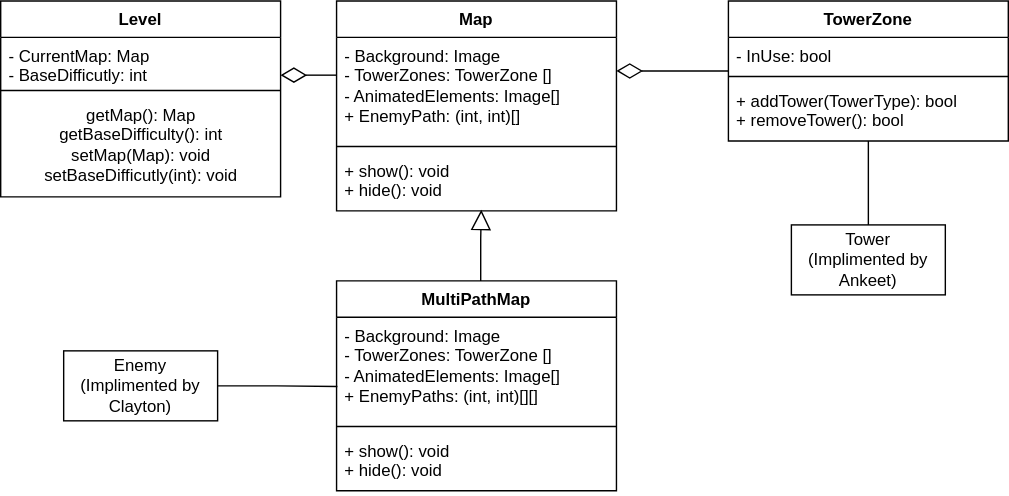
flightcontrol40/CS-383-Project keeps this draw.io diagram as Docs/Austin/ClassDiagram.drawio.svg. Above is the earlier version. Source tidied: cells renumbered, new cells last; positions are measured from the earlier drawing's top-left corner, leaving out a move shared by most shapes.
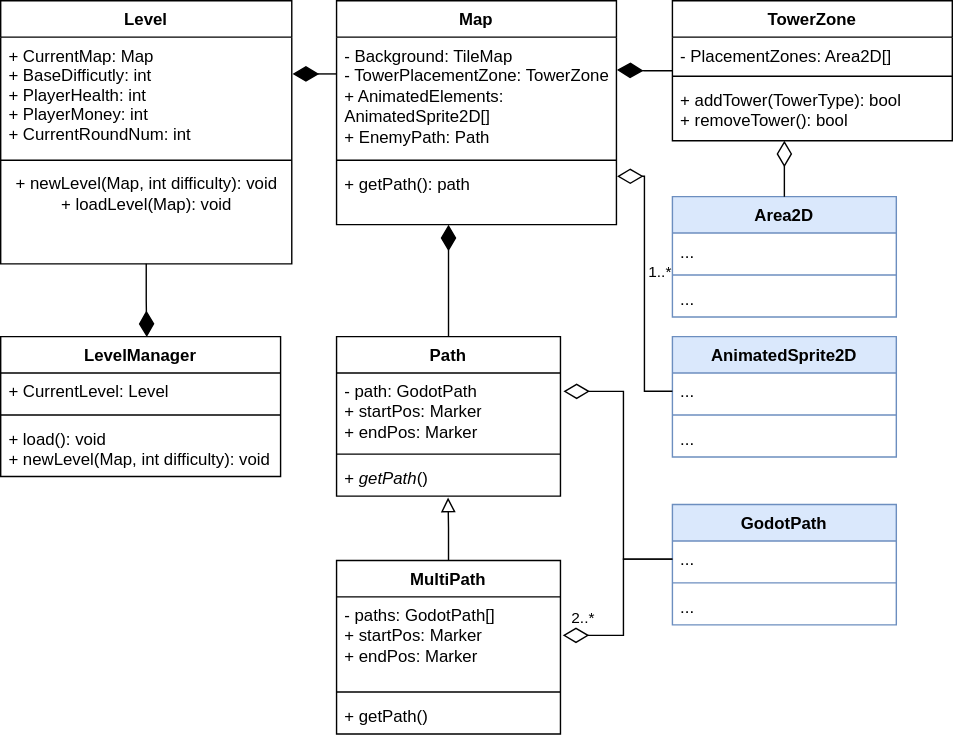
After the commit.

Commit message:
"Finished" class diagram

Diff of the diagram source:
```diff
@@ -3,33 +3,33 @@
     <mxCell id="0" />
     <mxCell id="1" parent="0" />
     <mxCell id="2" value="Level" style="swimlane;fontStyle=1;align=center;verticalAlign=top;horizontal=1;startSize=26;rounded=0;shadow=0;strokeWidth=1;" parent="1" vertex="1">
-      <mxGeometry width="200" height="140" as="geometry" />
+      <mxGeometry width="208" height="188" as="geometry" />
     </mxCell>
-    <mxCell id="3" value="- CurrentMap: Map&#10;- BaseDifficutly: int" style="text;align=left;verticalAlign=top;spacingLeft=4;spacingRight=4;overflow=hidden;points=[[0,0.5],[1,0.5]];portConstraint=eastwest;" parent="2" vertex="1">
-      <mxGeometry y="26" width="200" height="34" as="geometry" />
+    <mxCell id="3" value="+ CurrentMap: Map&#10;+ BaseDifficutly: int&#10;+ PlayerHealth: int&#10;+ PlayerMoney: int&#10;+ CurrentRoundNum: int" style="text;align=left;verticalAlign=top;spacingLeft=4;spacingRight=4;overflow=hidden;points=[[0,0.5],[1,0.5]];portConstraint=eastwest;" parent="2" vertex="1">
+      <mxGeometry y="26" width="208" height="84" as="geometry" />
     </mxCell>
     <mxCell id="4" style="line;html=1;strokeWidth=1;align=left;verticalAlign=middle;spacingTop=-1;spacingLeft=3;spacingRight=3;labelPosition=right;" parent="2" vertex="1">
-      <mxGeometry y="60" width="200" height="8" as="geometry" />
+      <mxGeometry y="110" width="208" height="8" as="geometry" />
     </mxCell>
-    <mxCell id="5" value="getMap(): Map&lt;div&gt;getBaseDifficulty(): int&lt;/div&gt;&lt;div&gt;setMap(Map): void&lt;/div&gt;&lt;div&gt;setBaseDifficutly(int): void&lt;/div&gt;" style="text;html=1;align=center;verticalAlign=middle;strokeColor=none;fillColor=none;" parent="2" vertex="1">
-      <mxGeometry y="68" width="200" height="70" as="geometry" />
+    <mxCell id="5" value="+ newLevel(Map, int difficulty): void&lt;div&gt;+ loadLevel(Map): void&lt;/div&gt;" style="text;html=1;align=center;verticalAlign=middle;strokeColor=none;fillColor=none;" parent="2" vertex="1">
+      <mxGeometry y="118" width="208" height="40" as="geometry" />
     </mxCell>
     <mxCell id="6" value="Map" style="swimlane;fontStyle=1;align=center;verticalAlign=top;horizontal=1;startSize=26;whiteSpace=wrap;html=1;" parent="1" vertex="1">
-      <mxGeometry x="240" width="200" height="150" as="geometry" />
+      <mxGeometry x="240" width="200" height="160" as="geometry" />
     </mxCell>
-    <mxCell id="7" value="- Background: Image&lt;div&gt;- TowerZones: TowerZone []&lt;/div&gt;&lt;div&gt;- AnimatedElements: Image[]&lt;/div&gt;&lt;div&gt;+ EnemyPath: (int, int)[]&lt;/div&gt;" style="text;strokeColor=none;fillColor=none;align=left;verticalAlign=top;spacingLeft=4;spacingRight=4;overflow=hidden;points=[[0,0.5],[1,0.5]];portConstraint=eastwest;whiteSpace=wrap;html=1;" parent="6" vertex="1">
-      <mxGeometry y="26" width="200" height="74" as="geometry" />
+    <mxCell id="7" value="- Background: TileMap&lt;div&gt;- TowerPlacementZone: TowerZone&lt;/div&gt;&lt;div&gt;+ AnimatedElements: AnimatedSprite2D[]&lt;/div&gt;&lt;div&gt;+ EnemyPath: Path&lt;/div&gt;" style="text;strokeColor=none;fillColor=none;align=left;verticalAlign=top;spacingLeft=4;spacingRight=4;overflow=hidden;points=[[0,0.5],[1,0.5]];portConstraint=eastwest;whiteSpace=wrap;html=1;" parent="6" vertex="1">
+      <mxGeometry y="26" width="200" height="84" as="geometry" />
     </mxCell>
     <mxCell id="8" style="line;strokeWidth=1;fillColor=none;align=left;verticalAlign=middle;spacingTop=-1;spacingLeft=3;spacingRight=3;labelPosition=right;strokeColor=inherit;" parent="6" vertex="1">
-      <mxGeometry y="100" width="200" height="8" as="geometry" />
+      <mxGeometry y="110" width="200" height="8" as="geometry" />
     </mxCell>
-    <mxCell id="9" value="+ show(): void&lt;div&gt;+ hide(): void&lt;/div&gt;&lt;div&gt;&lt;br&gt;&lt;/div&gt;" style="text;strokeColor=none;fillColor=none;align=left;verticalAlign=top;spacingLeft=4;spacingRight=4;overflow=hidden;points=[[0,0.5],[1,0.5]];portConstraint=eastwest;whiteSpace=wrap;html=1;" parent="6" vertex="1">
-      <mxGeometry y="108" width="200" height="42" as="geometry" />
+    <mxCell id="9" value="+ getPath(): path" style="text;strokeColor=none;fillColor=none;align=left;verticalAlign=top;spacingLeft=4;spacingRight=4;overflow=hidden;points=[[0,0.5],[1,0.5]];portConstraint=eastwest;whiteSpace=wrap;html=1;" parent="6" vertex="1">
+      <mxGeometry y="118" width="200" height="42" as="geometry" />
     </mxCell>
     <mxCell id="10" value="TowerZone" style="swimlane;fontStyle=1;align=center;verticalAlign=top;horizontal=1;startSize=26;whiteSpace=wrap;html=1;" parent="1" vertex="1">
-      <mxGeometry x="520" width="200" height="100" as="geometry" />
+      <mxGeometry x="480" width="200" height="100" as="geometry" />
     </mxCell>
-    <mxCell id="11" value="- InUse: bool" style="text;strokeColor=none;fillColor=none;align=left;verticalAlign=top;spacingLeft=4;spacingRight=4;overflow=hidden;whiteSpace=wrap;html=1;" parent="10" vertex="1">
+    <mxCell id="11" value="- PlacementZones: Area2D[]" style="text;strokeColor=none;fillColor=none;align=left;verticalAlign=top;spacingLeft=4;spacingRight=4;overflow=hidden;whiteSpace=wrap;html=1;" parent="10" vertex="1">
       <mxGeometry y="26" width="200" height="24" as="geometry" />
     </mxCell>
     <mxCell id="12" style="line;strokeWidth=1;fillColor=none;align=left;verticalAlign=middle;spacingTop=-1;spacingLeft=3;spacingRight=3;labelPosition=right;strokeColor=inherit;" parent="10" vertex="1">
@@ -38,51 +38,123 @@
     <mxCell id="13" value="+ addTower(TowerType): bool&lt;div&gt;+ removeTower(): bool&lt;/div&gt;" style="text;strokeColor=none;fillColor=none;align=left;verticalAlign=top;spacingLeft=4;spacingRight=4;overflow=hidden;points=[[0,0.5],[1,0.5]];portConstraint=eastwest;whiteSpace=wrap;html=1;" parent="10" vertex="1">
       <mxGeometry y="58" width="200" height="42" as="geometry" />
     </mxCell>
-    <mxCell id="14" value="Tower&lt;div&gt;(Implimented by Ankeet)&lt;/div&gt;" style="html=1;whiteSpace=wrap;" parent="1" vertex="1">
-      <mxGeometry x="565" y="160" width="110" height="50" as="geometry" />
-    </mxCell>
-    <mxCell id="15" style="edgeStyle=orthogonalEdgeStyle;rounded=0;jettySize=auto;html=1;entryX=1;entryY=0.038;entryDx=0;entryDy=0;entryPerimeter=0;endArrow=diamondThin;endFill=0;endSize=16;" parent="1" edge="1" source="7">
+    <mxCell id="15" style="edgeStyle=orthogonalEdgeStyle;rounded=0;jettySize=auto;html=1;endArrow=diamondThin;endFill=1;endSize=16;entryX=1.003;entryY=0.313;entryDx=0;entryDy=0;entryPerimeter=0;" parent="1" edge="1" source="7" target="3">
       <mxGeometry relative="1" as="geometry">
-        <mxPoint x="200" y="53" as="targetPoint" />
         <Array as="points">
-          <mxPoint x="240" y="53" />
           <mxPoint x="240" y="53" />
         </Array>
       </mxGeometry>
     </mxCell>
-    <mxCell id="16" style="edgeStyle=orthogonalEdgeStyle;rounded=0;jettySize=auto;html=1;endArrow=diamondThin;endFill=0;endSize=16;" parent="1" edge="1" source="10">
-      <mxGeometry relative="1" as="geometry">
-        <mxPoint x="440" y="50" as="targetPoint" />
-      </mxGeometry>
+    <mxCell id="16" style="edgeStyle=orthogonalEdgeStyle;rounded=0;jettySize=auto;html=1;endArrow=diamondThin;endFill=1;endSize=16;entryX=1.002;entryY=0.279;entryDx=0;entryDy=0;entryPerimeter=0;" parent="1" edge="1" source="10" target="7">
+      <mxGeometry relative="1" as="geometry" />
     </mxCell>
-    <mxCell id="17" value="MultiPathMap" style="swimlane;fontStyle=1;align=center;verticalAlign=top;horizontal=1;startSize=26;whiteSpace=wrap;html=1;" parent="1" vertex="1">
-      <mxGeometry x="240" y="200" width="200" height="150" as="geometry" />
-    </mxCell>
-    <mxCell id="18" value="- Background: Image&lt;div&gt;- TowerZones: TowerZone []&lt;/div&gt;&lt;div&gt;- AnimatedElements: Image[]&lt;/div&gt;&lt;div&gt;+ EnemyPaths: (int, int)[][]&lt;/div&gt;" style="text;strokeColor=none;fillColor=none;align=left;verticalAlign=top;spacingLeft=4;spacingRight=4;overflow=hidden;points=[[0,0.5],[1,0.5]];portConstraint=eastwest;whiteSpace=wrap;html=1;" parent="17" vertex="1">
-      <mxGeometry y="26" width="200" height="74" as="geometry" />
-    </mxCell>
-    <mxCell id="19" style="line;strokeWidth=1;fillColor=none;align=left;verticalAlign=middle;spacingTop=-1;spacingLeft=3;spacingRight=3;labelPosition=right;strokeColor=inherit;" parent="17" vertex="1">
-      <mxGeometry y="100" width="200" height="8" as="geometry" />
-    </mxCell>
-    <mxCell id="20" value="+ show(): void&lt;div&gt;+ hide(): void&lt;/div&gt;&lt;div&gt;&lt;br&gt;&lt;/div&gt;" style="text;strokeColor=none;fillColor=none;align=left;verticalAlign=top;spacingLeft=4;spacingRight=4;overflow=hidden;whiteSpace=wrap;html=1;" parent="17" vertex="1">
-      <mxGeometry y="108" width="200" height="42" as="geometry" />
-    </mxCell>
-    <mxCell id="21" style="edgeStyle=orthogonalEdgeStyle;rounded=0;jettySize=auto;html=1;entryX=0.517;entryY=0.981;entryDx=0;entryDy=0;entryPerimeter=0;endArrow=block;endFill=0;endSize=12;" parent="1" edge="1" source="17" target="9">
-      <mxGeometry relative="1" as="geometry">
-        <Array as="points">
-          <mxPoint x="343" y="170" />
-          <mxPoint x="343" y="170" />
-        </Array>
-      </mxGeometry>
-    </mxCell>
-    <mxCell id="22" style="edgeStyle=orthogonalEdgeStyle;rounded=0;jettySize=auto;html=1;entryX=0.5;entryY=1;entryDx=0;entryDy=0;entryPerimeter=0;endArrow=none;endFill=0;" parent="1" edge="1" source="14" target="13">
-      <mxGeometry relative="1" as="geometry" />
-    </mxCell>
-    <mxCell id="23" value="Enemy&lt;div&gt;(Implimented by Clayton)&lt;/div&gt;" style="html=1;whiteSpace=wrap;" parent="1" vertex="1">
-      <mxGeometry x="45" y="250" width="110" height="50" as="geometry" />
-    </mxCell>
-    <mxCell id="24" style="edgeStyle=orthogonalEdgeStyle;rounded=0;jettySize=auto;html=1;entryX=0.003;entryY=0.668;entryDx=0;entryDy=0;entryPerimeter=0;endArrow=none;endFill=0;" parent="1" edge="1" source="23" target="18">
-      <mxGeometry relative="1" as="geometry" />
-    </mxCell>
+    <mxCell id="25" value="Path" style="swimlane;fontStyle=1;align=center;verticalAlign=top;horizontal=1;startSize=26;whiteSpace=wrap;html=1;" parent="1" vertex="1">
+      <mxGeometry x="240" y="240" width="160" height="114" as="geometry" />
+    </mxCell>
+    <mxCell id="26" value="- path: GodotPath&lt;div&gt;+ startPos: Marker&lt;/div&gt;&lt;div&gt;+ endPos: Marker&lt;/div&gt;" style="text;strokeColor=none;fillColor=none;align=left;verticalAlign=top;spacingLeft=4;spacingRight=4;overflow=hidden;points=[[0,0.5],[1,0.5]];portConstraint=eastwest;whiteSpace=wrap;html=1;" parent="25" vertex="1">
+      <mxGeometry y="26" width="160" height="54" as="geometry" />
+    </mxCell>
+    <mxCell id="27" style="line;strokeWidth=1;fillColor=none;align=left;verticalAlign=middle;spacingTop=-1;spacingLeft=3;spacingRight=3;labelPosition=right;strokeColor=inherit;" parent="25" vertex="1">
+      <mxGeometry y="80" width="160" height="8" as="geometry" />
+    </mxCell>
+    <mxCell id="28" value="+ &lt;i&gt;getPath&lt;/i&gt;()" style="text;strokeColor=none;fillColor=none;align=left;verticalAlign=top;spacingLeft=4;spacingRight=4;overflow=hidden;points=[[0,0.5],[1,0.5]];portConstraint=eastwest;whiteSpace=wrap;html=1;" parent="25" vertex="1">
+      <mxGeometry y="88" width="160" height="26" as="geometry" />
+    </mxCell>
+    <mxCell id="29" value="MultiPath" style="swimlane;fontStyle=1;align=center;verticalAlign=top;horizontal=1;startSize=26;whiteSpace=wrap;html=1;" parent="1" vertex="1">
+      <mxGeometry x="240" y="400" width="160" height="124" as="geometry" />
+    </mxCell>
+    <mxCell id="30" value="- paths: GodotPath[]&lt;div&gt;+ startPos: Marker&lt;/div&gt;&lt;div&gt;+ endPos: Marker&lt;/div&gt;" style="text;strokeColor=none;fillColor=none;align=left;verticalAlign=top;spacingLeft=4;spacingRight=4;overflow=hidden;points=[[0,0.5],[1,0.5]];portConstraint=eastwest;whiteSpace=wrap;html=1;" parent="29" vertex="1">
+      <mxGeometry y="26" width="160" height="64" as="geometry" />
+    </mxCell>
+    <mxCell id="31" style="line;strokeWidth=1;fillColor=none;align=left;verticalAlign=middle;spacingTop=-1;spacingLeft=3;spacingRight=3;labelPosition=right;strokeColor=inherit;" parent="29" vertex="1">
+      <mxGeometry y="90" width="160" height="8" as="geometry" />
+    </mxCell>
+    <mxCell id="32" value="+ getPath()" style="text;strokeColor=none;fillColor=none;align=left;verticalAlign=top;spacingLeft=4;spacingRight=4;overflow=hidden;whiteSpace=wrap;html=1;" parent="29" vertex="1">
+      <mxGeometry y="98" width="160" height="26" as="geometry" />
+    </mxCell>
+    <mxCell id="33" value="GodotPath" style="swimlane;fontStyle=1;align=center;verticalAlign=top;horizontal=1;startSize=26;whiteSpace=wrap;html=1;fillColor=#dae8fc;strokeColor=#6c8ebf;" parent="1" vertex="1">
+      <mxGeometry x="480" y="360" width="160" height="86" as="geometry" />
+    </mxCell>
+    <mxCell id="34" value="..." style="text;strokeColor=none;fillColor=none;align=left;verticalAlign=top;spacingLeft=4;spacingRight=4;overflow=hidden;points=[[0,0.5],[1,0.5]];portConstraint=eastwest;whiteSpace=wrap;html=1;" parent="33" vertex="1">
+      <mxGeometry y="26" width="160" height="26" as="geometry" />
+    </mxCell>
+    <mxCell id="35" style="line;strokeWidth=1;fillColor=none;align=left;verticalAlign=middle;spacingTop=-1;spacingLeft=3;spacingRight=3;labelPosition=right;strokeColor=inherit;" parent="33" vertex="1">
+      <mxGeometry y="52" width="160" height="8" as="geometry" />
+    </mxCell>
+    <mxCell id="36" value="..." style="text;strokeColor=none;fillColor=none;align=left;verticalAlign=top;spacingLeft=4;spacingRight=4;overflow=hidden;whiteSpace=wrap;html=1;" parent="33" vertex="1">
+      <mxGeometry y="60" width="160" height="26" as="geometry" />
+    </mxCell>
+    <mxCell id="37" style="edgeStyle=orthogonalEdgeStyle;rounded=0;jettySize=auto;html=1;entryX=0.498;entryY=1.038;entryDx=0;entryDy=0;entryPerimeter=0;endArrow=block;endFill=0;endSize=8;" parent="1" edge="1" source="29" target="28">
+      <mxGeometry relative="1" as="geometry" />
+    </mxCell>
+    <mxCell id="38" style="edgeStyle=orthogonalEdgeStyle;rounded=0;jettySize=auto;html=1;entryX=0.4;entryY=1;entryDx=0;entryDy=0;entryPerimeter=0;endArrow=diamondThin;endFill=1;endSize=16;" parent="1" edge="1" source="25" target="9">
+      <mxGeometry relative="1" as="geometry" />
+    </mxCell>
+    <mxCell id="39" value="LevelManager" style="swimlane;fontStyle=1;align=center;verticalAlign=top;horizontal=1;startSize=26;whiteSpace=wrap;html=1;" parent="1" vertex="1">
+      <mxGeometry y="240" width="200" height="100" as="geometry" />
+    </mxCell>
+    <mxCell id="40" value="+ CurrentLevel: Level" style="text;strokeColor=none;fillColor=none;align=left;verticalAlign=top;spacingLeft=4;spacingRight=4;overflow=hidden;whiteSpace=wrap;html=1;" parent="39" vertex="1">
+      <mxGeometry y="26" width="200" height="26" as="geometry" />
+    </mxCell>
+    <mxCell id="41" style="line;strokeWidth=1;fillColor=none;align=left;verticalAlign=middle;spacingTop=-1;spacingLeft=3;spacingRight=3;labelPosition=right;strokeColor=inherit;" parent="39" vertex="1">
+      <mxGeometry y="52" width="200" height="8" as="geometry" />
+    </mxCell>
+    <mxCell id="42" value="+ load(): void&lt;div&gt;+ newLevel(Map, int difficulty): void&lt;/div&gt;" style="text;strokeColor=none;fillColor=none;align=left;verticalAlign=top;spacingLeft=4;spacingRight=4;overflow=hidden;whiteSpace=wrap;html=1;" parent="39" vertex="1">
+      <mxGeometry y="60" width="200" height="40" as="geometry" />
+    </mxCell>
+    <mxCell id="43" style="edgeStyle=orthogonalEdgeStyle;rounded=0;jettySize=auto;html=1;entryX=1.013;entryY=0.243;entryDx=0;entryDy=0;entryPerimeter=0;endArrow=diamondThin;endFill=0;endSize=16;" parent="1" edge="1" source="34" target="26">
+      <mxGeometry relative="1" as="geometry" />
+    </mxCell>
+    <mxCell id="44" style="edgeStyle=orthogonalEdgeStyle;rounded=0;jettySize=auto;html=1;entryX=1.01;entryY=0.429;entryDx=0;entryDy=0;entryPerimeter=0;endArrow=diamondThin;endFill=0;endSize=16;" parent="1" edge="1" source="34" target="30">
+      <mxGeometry relative="1" as="geometry" />
+    </mxCell>
+    <mxCell id="45" value="2..*" style="edgeLabel;html=1;align=center;verticalAlign=middle;" parent="44" vertex="1">
+      <mxGeometry x="0.78" y="1" relative="1" as="geometry">
+        <mxPoint y="-14" as="offset" />
+      </mxGeometry>
+    </mxCell>
+    <mxCell id="46" value="AnimatedSprite2D" style="swimlane;fontStyle=1;align=center;verticalAlign=top;horizontal=1;startSize=26;whiteSpace=wrap;html=1;fillColor=#dae8fc;strokeColor=#6c8ebf;" parent="1" vertex="1">
+      <mxGeometry x="480" y="240" width="160" height="86" as="geometry" />
+    </mxCell>
+    <mxCell id="47" value="..." style="text;strokeColor=none;fillColor=none;align=left;verticalAlign=top;spacingLeft=4;spacingRight=4;overflow=hidden;points=[[0,0.5],[1,0.5]];portConstraint=eastwest;whiteSpace=wrap;html=1;" parent="46" vertex="1">
+      <mxGeometry y="26" width="160" height="26" as="geometry" />
+    </mxCell>
+    <mxCell id="48" style="line;strokeWidth=1;fillColor=none;align=left;verticalAlign=middle;spacingTop=-1;spacingLeft=3;spacingRight=3;labelPosition=right;strokeColor=inherit;" parent="46" vertex="1">
+      <mxGeometry y="52" width="160" height="8" as="geometry" />
+    </mxCell>
+    <mxCell id="49" value="..." style="text;strokeColor=none;fillColor=none;align=left;verticalAlign=top;spacingLeft=4;spacingRight=4;overflow=hidden;whiteSpace=wrap;html=1;" parent="46" vertex="1">
+      <mxGeometry y="60" width="160" height="26" as="geometry" />
+    </mxCell>
+    <mxCell id="50" style="edgeStyle=orthogonalEdgeStyle;rounded=0;jettySize=auto;html=1;entryX=1.002;entryY=0.177;entryDx=0;entryDy=0;entryPerimeter=0;endArrow=diamondThin;endFill=0;endSize=16;exitX=0;exitY=0.5;exitDx=0;exitDy=0;" parent="1" edge="1" source="47" target="9">
+      <mxGeometry relative="1" as="geometry">
+        <Array as="points">
+          <mxPoint x="460" y="279" />
+          <mxPoint x="460" y="125" />
+        </Array>
+      </mxGeometry>
+    </mxCell>
+    <mxCell id="51" value="1..*" style="edgeLabel;html=1;align=center;verticalAlign=middle;" parent="50" vertex="1">
+      <mxGeometry x="0.15" y="2" relative="1" as="geometry">
+        <mxPoint x="12" y="5" as="offset" />
+      </mxGeometry>
+    </mxCell>
+    <mxCell id="52" style="edgeStyle=orthogonalEdgeStyle;rounded=0;jettySize=auto;html=1;entryX=0.522;entryY=0.003;entryDx=0;entryDy=0;entryPerimeter=0;endArrow=diamondThin;endFill=1;endSize=16;" parent="1" edge="1" source="2" target="39">
+      <mxGeometry relative="1" as="geometry" />
+    </mxCell>
+    <mxCell id="53" value="Area2D" style="swimlane;fontStyle=1;align=center;verticalAlign=top;horizontal=1;startSize=26;whiteSpace=wrap;html=1;fillColor=#dae8fc;strokeColor=#6c8ebf;" parent="1" vertex="1">
+      <mxGeometry x="480" y="140" width="160" height="86" as="geometry" />
+    </mxCell>
+    <mxCell id="54" value="..." style="text;strokeColor=none;fillColor=none;align=left;verticalAlign=top;spacingLeft=4;spacingRight=4;overflow=hidden;whiteSpace=wrap;html=1;" parent="53" vertex="1">
+      <mxGeometry y="26" width="160" height="26" as="geometry" />
+    </mxCell>
+    <mxCell id="55" style="line;strokeWidth=1;fillColor=none;align=left;verticalAlign=middle;spacingTop=-1;spacingLeft=3;spacingRight=3;labelPosition=right;strokeColor=inherit;" parent="53" vertex="1">
+      <mxGeometry y="52" width="160" height="8" as="geometry" />
+    </mxCell>
+    <mxCell id="56" value="..." style="text;strokeColor=none;fillColor=none;align=left;verticalAlign=top;spacingLeft=4;spacingRight=4;overflow=hidden;whiteSpace=wrap;html=1;" parent="53" vertex="1">
+      <mxGeometry y="60" width="160" height="26" as="geometry" />
+    </mxCell>
+    <mxCell id="57" style="edgeStyle=orthogonalEdgeStyle;rounded=0;jettySize=auto;html=1;entryX=0.4;entryY=1;entryDx=0;entryDy=0;entryPerimeter=0;endArrow=diamondThin;endFill=0;endSize=16;" parent="1" edge="1" source="53" target="13">
+      <mxGeometry relative="1" as="geometry" />
+    </mxCell>
   </root>
 </mxGraphModel>
```
